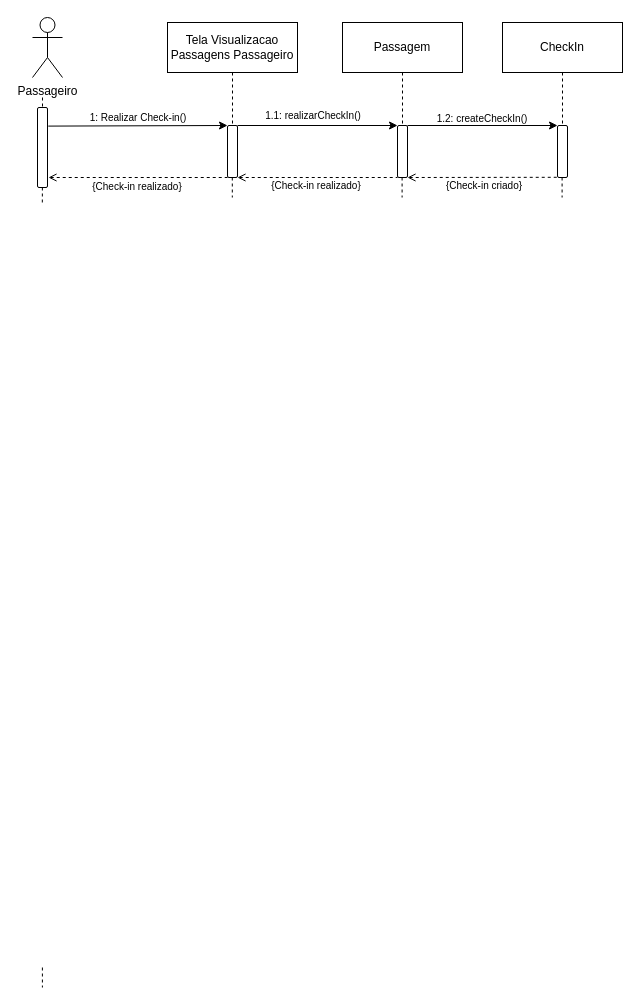
Before: Diagramas/Eng_de_Software/Modelos/Sequencia/Realizar_Check_In_Passageiro.drawio in GabrielGMori/trabalho-conclus-o-ano, a draw.io diagram. Source tidied: cells renumbered, new cells numbered last; positions are measured from the earlier drawing's top-left corner, leaving out a move shared by most shapes. Both pictures are drawn from the tidied source at 100%, with x=0, y=0 at pixel (32, 17).
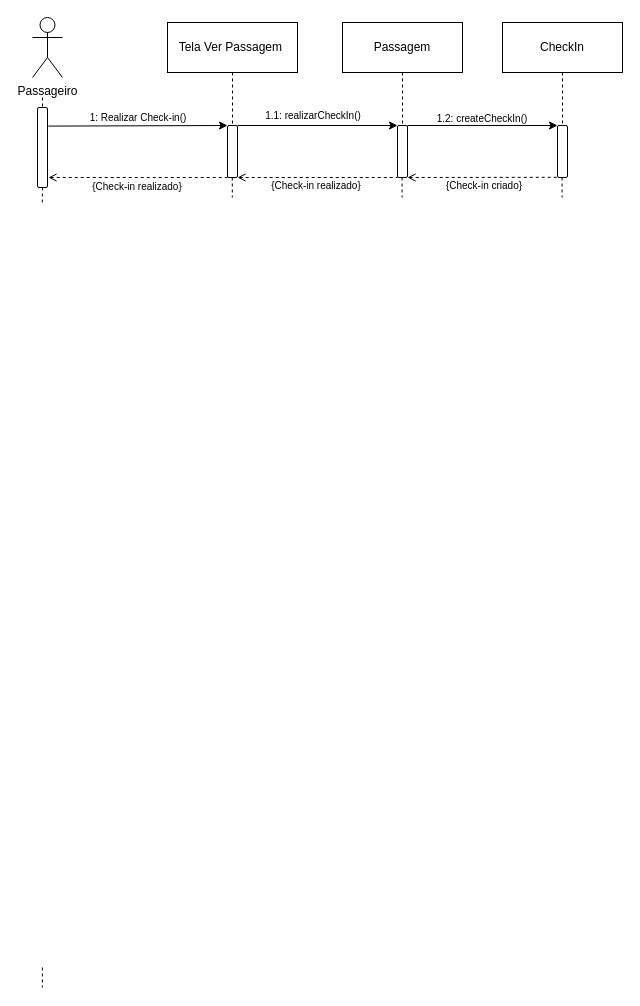
After the change.

Change to the diagram source:
```diff
@@
-    <mxCell id="3" value="Tela Visualizacao Passagens Passageiro" style="rounded=0;whiteSpace=wrap;html=1;" parent="1" vertex="1">
+    <mxCell id="3" value="Tela Ver Passagem&amp;nbsp;" style="rounded=0;whiteSpace=wrap;html=1;" parent="1" vertex="1">
       <mxGeometry x="135" y="5" width="130" height="50" as="geometry" />
     </mxCell>
```
